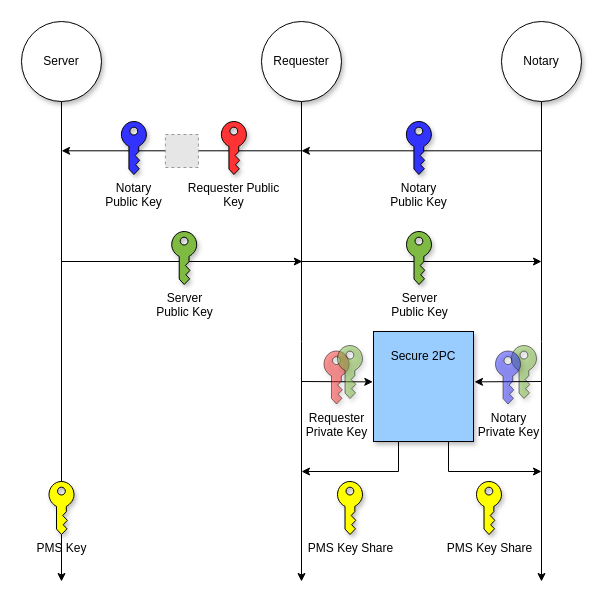
This is diagrams/key_exchange.drawio from tlsnotary/docs-mdbook, a draw.io file, before an edit. Source tidied: cells renumbered, new cells numbered last; positions are measured from the earlier drawing's top-left corner, leaving out a move shared by most shapes. Both pictures are drawn from the tidied source at 100%, with x=0, y=0 at pixel (21, 21). Pictures stored in the file or linked from it are replaced by grey dashed boxes.
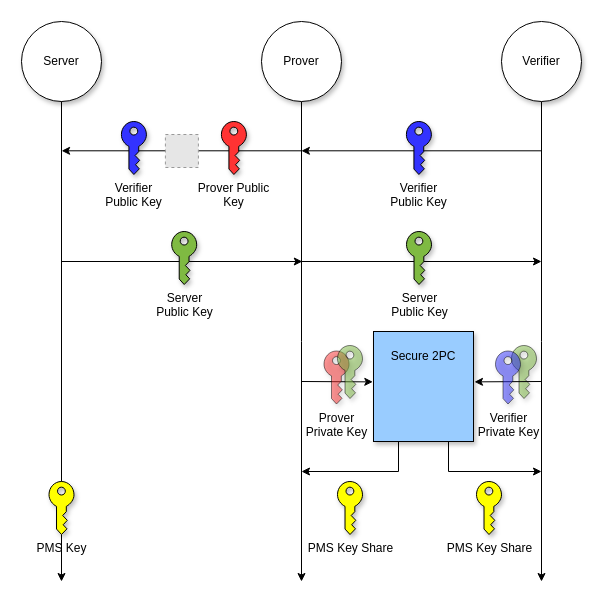
Above is the later version.

Commit message (it also covers changes not shown here):
update key exchange

What changed in the source:
```diff
@@
-    <mxCell id="4" value="Requester" style="ellipse;whiteSpace=wrap;html=1;shadow=1;" parent="1" vertex="1">
+    <mxCell id="4" value="Prover" style="ellipse;whiteSpace=wrap;html=1;shadow=1;" parent="1" vertex="1">
       <mxGeometry x="240" width="80" height="80" as="geometry" />
     </mxCell>
@@
-    <mxCell id="8" value="Notary" style="ellipse;whiteSpace=wrap;html=1;shadow=1;" parent="1" vertex="1">
+    <mxCell id="8" value="Verifier" style="ellipse;whiteSpace=wrap;html=1;shadow=1;" parent="1" vertex="1">
       <mxGeometry x="480" width="80" height="80" as="geometry" />
     </mxCell>
@@
-    <mxCell id="14" value="Notary&lt;br&gt;Public Key" style="sketch=0;shadow=1;dashed=0;html=1;strokeColor=default;labelPosition=center;verticalLabelPosition=bottom;verticalAlign=top;align=center;shape=mxgraph.office.security.key_permissions;fillColor=#3333FF;" parent="1" vertex="1">
+    <mxCell id="14" value="Verifier&lt;br&gt;Public Key" style="sketch=0;shadow=1;dashed=0;html=1;strokeColor=default;labelPosition=center;verticalLabelPosition=bottom;verticalAlign=top;align=center;shape=mxgraph.office.security.key_permissions;fillColor=#3333FF;" parent="1" vertex="1">
       <mxGeometry x="384.9" y="100" width="25" height="53" as="geometry" />
     </mxCell>
@@
-    <mxCell id="16" value="Notary&lt;br&gt;Public Key" style="sketch=0;shadow=1;dashed=0;html=1;strokeColor=default;labelPosition=center;verticalLabelPosition=bottom;verticalAlign=top;align=center;shape=mxgraph.office.security.key_permissions;fillColor=#3333FF;" parent="1" vertex="1">
+    <mxCell id="16" value="Verifier&lt;br&gt;Public Key" style="sketch=0;shadow=1;dashed=0;html=1;strokeColor=default;labelPosition=center;verticalLabelPosition=bottom;verticalAlign=top;align=center;shape=mxgraph.office.security.key_permissions;fillColor=#3333FF;" parent="1" vertex="1">
       <mxGeometry x="99.9" y="100" width="25" height="53" as="geometry" />
     </mxCell>
-    <mxCell id="17" value="Requester Public &lt;br&gt;Key" style="sketch=0;shadow=1;dashed=0;html=1;strokeColor=default;labelPosition=center;verticalLabelPosition=bottom;verticalAlign=top;align=center;shape=mxgraph.office.security.key_permissions;fillColor=#FF3333;" parent="1" vertex="1">
+    <mxCell id="17" value="Prover Public &lt;br&gt;Key" style="sketch=0;shadow=1;dashed=0;html=1;strokeColor=default;labelPosition=center;verticalLabelPosition=bottom;verticalAlign=top;align=center;shape=mxgraph.office.security.key_permissions;fillColor=#FF3333;" parent="1" vertex="1">
       <mxGeometry x="199.9" y="100" width="25" height="53" as="geometry" />
     </mxCell>
@@
-    <mxCell id="27" value="Requester&lt;br&gt;Private Key" style="sketch=0;shadow=1;dashed=0;html=1;strokeColor=default;labelPosition=center;verticalLabelPosition=bottom;verticalAlign=top;align=center;shape=mxgraph.office.security.key_permissions;fillColor=#FF3333;opacity=50;" parent="1" vertex="1">
+    <mxCell id="27" value="Prover&lt;br&gt;Private Key" style="sketch=0;shadow=1;dashed=0;html=1;strokeColor=default;labelPosition=center;verticalLabelPosition=bottom;verticalAlign=top;align=center;shape=mxgraph.office.security.key_permissions;fillColor=#FF3333;opacity=50;" parent="1" vertex="1">
       <mxGeometry x="302.5" y="329.5" width="25" height="53" as="geometry" />
     </mxCell>
-    <mxCell id="28" value="Notary&lt;br&gt;Private Key" style="sketch=0;shadow=1;dashed=0;html=1;strokeColor=default;labelPosition=center;verticalLabelPosition=bottom;verticalAlign=top;align=center;shape=mxgraph.office.security.key_permissions;fillColor=#3333FF;opacity=50;" parent="1" vertex="1">
+    <mxCell id="28" value="Verifier&lt;br&gt;Private Key" style="sketch=0;shadow=1;dashed=0;html=1;strokeColor=default;labelPosition=center;verticalLabelPosition=bottom;verticalAlign=top;align=center;shape=mxgraph.office.security.key_permissions;fillColor=#3333FF;opacity=50;" parent="1" vertex="1">
       <mxGeometry x="474" y="329.5" width="25" height="53" as="geometry" />
     </mxCell>
```
